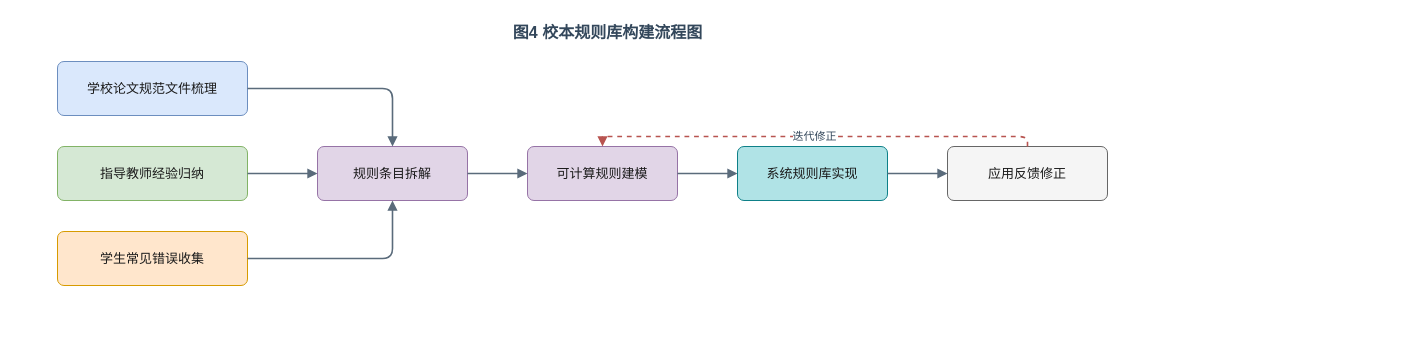
This is docs/drawio/图4-校本规则库构建流程图.drawio from LetItGoBoy/thesis-formatter, a draw.io file, before an edit. Source tidied: cells renumbered, new cells numbered last; positions are measured from the earlier drawing's top-left corner, leaving out a move shared by most shapes. Both pictures are drawn from the tidied source at 100%, with x=0, y=0 at pixel (17, 17).
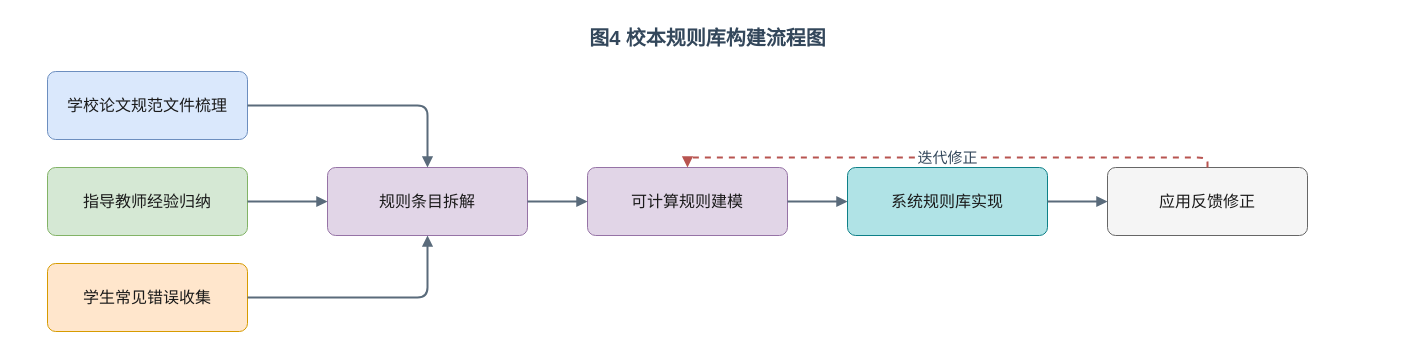
The same diagram, later.

The edit, as a diff of the source:
```diff
@@
 <mxGraphModel>
   <root>
     <mxCell id="0" />
     <mxCell id="1" parent="0" />
-    <mxCell id="2" value="图4  校本规则库构建流程图" style="text;html=1;align=center;verticalAlign=middle;fontSize=16;fontStyle=1;fontColor=#33475B;" parent="1" vertex="1">
-      <mxGeometry width="1180" height="30" as="geometry" />
+    <mxCell id="2" value="图4  校本规则库构建流程图" style="text;html=1;align=center;verticalAlign=middle;fontSize=20;fontStyle=1;fontColor=#33475B;" parent="1" vertex="1">
+      <mxGeometry y="2" width="1380" height="36" as="geometry" />
     </mxCell>
-    <mxCell id="3" value="学校论文规范文件梳理" style="rounded=1;arcSize=12;whiteSpace=wrap;html=1;fillColor=#DAE8FC;strokeColor=#6C8EBF;fontColor=#1A1A1A;fontSize=13;shadow=0;" parent="1" vertex="1">
-      <mxGeometry x="40" y="44" width="190" height="54" as="geometry" />
+    <mxCell id="3" value="学校论文规范文件梳理" style="rounded=1;arcSize=12;whiteSpace=wrap;html=1;fillColor=#DAE8FC;strokeColor=#6C8EBF;fontColor=#1A1A1A;fontSize=16;shadow=0;" parent="1" vertex="1">
+      <mxGeometry x="30" y="54" width="200" height="68" as="geometry" />
     </mxCell>
-    <mxCell id="4" value="指导教师经验归纳" style="rounded=1;arcSize=12;whiteSpace=wrap;html=1;fillColor=#D5E8D4;strokeColor=#82B366;fontColor=#1A1A1A;fontSize=13;shadow=0;" parent="1" vertex="1">
-      <mxGeometry x="40" y="129" width="190" height="54" as="geometry" />
+    <mxCell id="4" value="指导教师经验归纳" style="rounded=1;arcSize=12;whiteSpace=wrap;html=1;fillColor=#D5E8D4;strokeColor=#82B366;fontColor=#1A1A1A;fontSize=16;shadow=0;" parent="1" vertex="1">
+      <mxGeometry x="30" y="150" width="200" height="68" as="geometry" />
     </mxCell>
-    <mxCell id="5" value="学生常见错误收集" style="rounded=1;arcSize=12;whiteSpace=wrap;html=1;fillColor=#FFE6CC;strokeColor=#D79B00;fontColor=#1A1A1A;fontSize=13;shadow=0;" parent="1" vertex="1">
-      <mxGeometry x="40" y="214" width="190" height="54" as="geometry" />
+    <mxCell id="5" value="学生常见错误收集" style="rounded=1;arcSize=12;whiteSpace=wrap;html=1;fillColor=#FFE6CC;strokeColor=#D79B00;fontColor=#1A1A1A;fontSize=16;shadow=0;" parent="1" vertex="1">
+      <mxGeometry x="30" y="246" width="200" height="68" as="geometry" />
     </mxCell>
-    <mxCell id="6" value="规则条目拆解" style="rounded=1;arcSize=12;whiteSpace=wrap;html=1;fillColor=#E1D5E7;strokeColor=#9673A6;fontColor=#1A1A1A;fontSize=13;shadow=0;" parent="1" vertex="1">
-      <mxGeometry x="300" y="129" width="150" height="54" as="geometry" />
+    <mxCell id="6" value="规则条目拆解" style="rounded=1;arcSize=12;whiteSpace=wrap;html=1;fillColor=#E1D5E7;strokeColor=#9673A6;fontColor=#1A1A1A;fontSize=16;shadow=0;" parent="1" vertex="1">
+      <mxGeometry x="310" y="150" width="200" height="68" as="geometry" />
     </mxCell>
-    <mxCell id="7" value="可计算规则建模" style="rounded=1;arcSize=12;whiteSpace=wrap;html=1;fillColor=#E1D5E7;strokeColor=#9673A6;fontColor=#1A1A1A;fontSize=13;shadow=0;" parent="1" vertex="1">
-      <mxGeometry x="510" y="129" width="150" height="54" as="geometry" />
+    <mxCell id="7" value="可计算规则建模" style="rounded=1;arcSize=12;whiteSpace=wrap;html=1;fillColor=#E1D5E7;strokeColor=#9673A6;fontColor=#1A1A1A;fontSize=16;shadow=0;" parent="1" vertex="1">
+      <mxGeometry x="570" y="150" width="200" height="68" as="geometry" />
     </mxCell>
-    <mxCell id="8" value="系统规则库实现" style="rounded=1;arcSize=12;whiteSpace=wrap;html=1;fillColor=#B0E3E6;strokeColor=#0E8088;fontColor=#1A1A1A;fontSize=13;shadow=0;" parent="1" vertex="1">
-      <mxGeometry x="720" y="129" width="150" height="54" as="geometry" />
+    <mxCell id="8" value="系统规则库实现" style="rounded=1;arcSize=12;whiteSpace=wrap;html=1;fillColor=#B0E3E6;strokeColor=#0E8088;fontColor=#1A1A1A;fontSize=16;shadow=0;" parent="1" vertex="1">
+      <mxGeometry x="830" y="150" width="200" height="68" as="geometry" />
     </mxCell>
-    <mxCell id="9" value="应用反馈修正" style="rounded=1;arcSize=12;whiteSpace=wrap;html=1;fillColor=#F5F5F5;strokeColor=#666666;fontColor=#1A1A1A;fontSize=13;shadow=0;" parent="1" vertex="1">
-      <mxGeometry x="930" y="129" width="160" height="54" as="geometry" />
+    <mxCell id="9" value="应用反馈修正" style="rounded=1;arcSize=12;whiteSpace=wrap;html=1;fillColor=#F5F5F5;strokeColor=#666666;fontColor=#1A1A1A;fontSize=16;shadow=0;" parent="1" vertex="1">
+      <mxGeometry x="1090" y="150" width="200" height="68" as="geometry" />
     </mxCell>
-    <mxCell id="10" style="edgeStyle=orthogonalEdgeStyle;rounded=1;html=1;strokeColor=#5A6B7B;strokeWidth=1.6;endArrow=block;endFill=1;fontSize=11;fontColor=#33475B;" parent="1" edge="1" source="3" target="6">
+    <mxCell id="10" style="edgeStyle=orthogonalEdgeStyle;rounded=1;html=1;strokeColor=#5A6B7B;strokeWidth=2;endArrow=block;endFill=1;fontSize=15;fontColor=#33475B;" parent="1" edge="1" source="3" target="6">
       <mxGeometry relative="1" as="geometry" />
     </mxCell>
-    <mxCell id="11" style="edgeStyle=orthogonalEdgeStyle;rounded=1;html=1;strokeColor=#5A6B7B;strokeWidth=1.6;endArrow=block;endFill=1;fontSize=11;fontColor=#33475B;" parent="1" edge="1" source="4" target="6">
+    <mxCell id="11" style="edgeStyle=orthogonalEdgeStyle;rounded=1;html=1;strokeColor=#5A6B7B;strokeWidth=2;endArrow=block;endFill=1;fontSize=15;fontColor=#33475B;" parent="1" edge="1" source="4" target="6">
       <mxGeometry relative="1" as="geometry" />
     </mxCell>
-    <mxCell id="12" style="edgeStyle=orthogonalEdgeStyle;rounded=1;html=1;strokeColor=#5A6B7B;strokeWidth=1.6;endArrow=block;endFill=1;fontSize=11;fontColor=#33475B;" parent="1" edge="1" source="5" target="6">
+    <mxCell id="12" style="edgeStyle=orthogonalEdgeStyle;rounded=1;html=1;strokeColor=#5A6B7B;strokeWidth=2;endArrow=block;endFill=1;fontSize=15;fontColor=#33475B;" parent="1" edge="1" source="5" target="6">
       <mxGeometry relative="1" as="geometry" />
     </mxCell>
-    <mxCell id="13" style="edgeStyle=orthogonalEdgeStyle;rounded=1;html=1;strokeColor=#5A6B7B;strokeWidth=1.6;endArrow=block;endFill=1;fontSize=11;fontColor=#33475B;" parent="1" edge="1" source="6" target="7">
+    <mxCell id="13" style="edgeStyle=orthogonalEdgeStyle;rounded=1;html=1;strokeColor=#5A6B7B;strokeWidth=2;endArrow=block;endFill=1;fontSize=15;fontColor=#33475B;" parent="1" edge="1" source="6" target="7">
       <mxGeometry relative="1" as="geometry" />
     </mxCell>
-    <mxCell id="14" style="edgeStyle=orthogonalEdgeStyle;rounded=1;html=1;strokeColor=#5A6B7B;strokeWidth=1.6;endArrow=block;endFill=1;fontSize=11;fontColor=#33475B;" parent="1" edge="1" source="7" target="8">
+    <mxCell id="14" style="edgeStyle=orthogonalEdgeStyle;rounded=1;html=1;strokeColor=#5A6B7B;strokeWidth=2;endArrow=block;endFill=1;fontSize=15;fontColor=#33475B;" parent="1" edge="1" source="7" target="8">
       <mxGeometry relative="1" as="geometry" />
     </mxCell>
-    <mxCell id="15" style="edgeStyle=orthogonalEdgeStyle;rounded=1;html=1;strokeColor=#5A6B7B;strokeWidth=1.6;endArrow=block;endFill=1;fontSize=11;fontColor=#33475B;" parent="1" edge="1" source="8" target="9">
+    <mxCell id="15" style="edgeStyle=orthogonalEdgeStyle;rounded=1;html=1;strokeColor=#5A6B7B;strokeWidth=2;endArrow=block;endFill=1;fontSize=15;fontColor=#33475B;" parent="1" edge="1" source="8" target="9">
       <mxGeometry relative="1" as="geometry" />
     </mxCell>
-    <mxCell id="16" value="迭代修正" style="edgeStyle=orthogonalEdgeStyle;rounded=1;html=1;strokeColor=#B85450;strokeWidth=1.6;endArrow=block;endFill=1;fontSize=11;fontColor=#33475B;dashed=1;exitX=0.5;exitY=0;exitDx=0;exitDy=0;entryX=0.5;entryY=0;entryDx=0;entryDy=0;" parent="1" edge="1" source="9" target="7">
+    <mxCell id="16" value="迭代修正" style="edgeStyle=orthogonalEdgeStyle;rounded=1;html=1;strokeColor=#B85450;strokeWidth=2;endArrow=block;endFill=1;fontSize=15;fontColor=#33475B;dashed=1;exitX=0.5;exitY=0;exitDx=0;exitDy=0;entryX=0.5;entryY=0;entryDx=0;entryDy=0;" parent="1" edge="1" source="9" target="7">
       <mxGeometry relative="1" as="geometry" />
     </mxCell>
   </root>
 </mxGraphModel>
```
